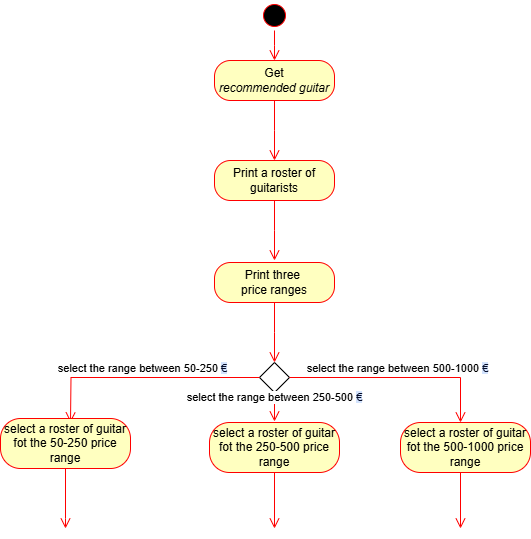
This is ActivityDiagramM.drawio.png from TizianoLilli/ISPW-Project, a draw.io export, as it was before one commit. Source tidied: cells renumbered, new cells last; positions are measured from the earlier drawing's top-left corner, leaving out a move shared by most shapes.
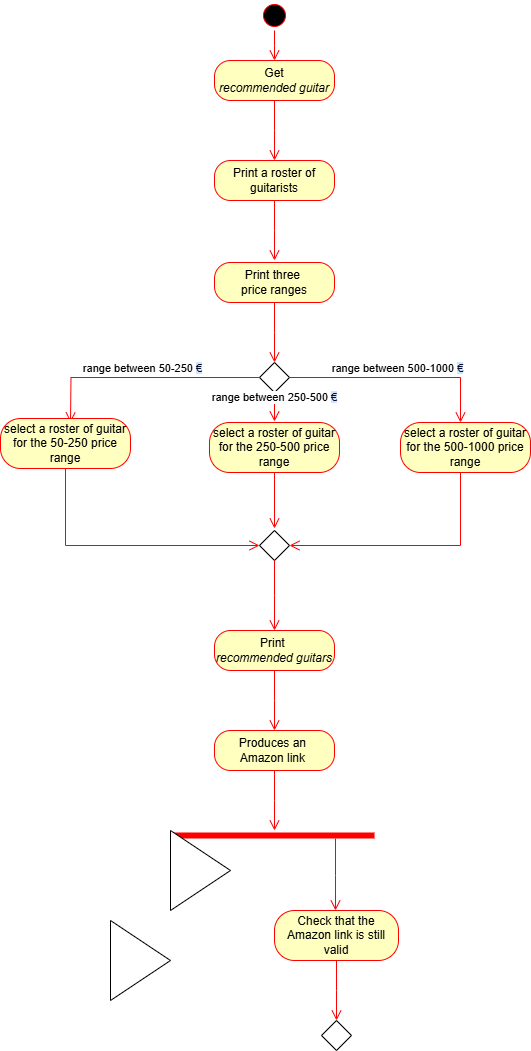
The same diagram one commit later.

Change to the diagram source:
```diff
@@ -29,7 +29,7 @@
     <mxCell id="8" style="rhombus;whiteSpace=wrap;html=1;" parent="1" vertex="1">
       <mxGeometry x="259" y="362" width="30" height="30" as="geometry" />
     </mxCell>
-    <mxCell id="9" value="select the range between 500-1000&amp;nbsp;&lt;span style=&quot;text-wrap-mode: wrap; background-image: linear-gradient(90deg, rgb(211, 227, 253) 50%, rgba(0, 0, 0, 0) 50%); background-position: 0% 0px; background-size: 200% 100%; background-repeat: no-repeat; background-attachment: initial; background-origin: initial; background-clip: initial; color: rgb(4, 12, 40); animation: 0.75s cubic-bezier(0.05, 0.7, 0.1, 1) 0.25s 1 normal forwards running highlight; text-align: left;&quot;&gt;€&lt;/span&gt;" style="edgeStyle=orthogonalEdgeStyle;html=1;verticalAlign=bottom;endArrow=open;endSize=8;strokeColor=#ff0000;rounded=0;exitX=1;exitY=0.5;exitDx=0;exitDy=0;" parent="1" edge="1" source="8">
+    <mxCell id="9" value="range between 500-1000&amp;nbsp;&lt;span style=&quot;text-wrap-mode: wrap; background-image: linear-gradient(90deg, rgb(211, 227, 253) 50%, rgba(0, 0, 0, 0) 50%); background-position: 0% 0px; background-size: 200% 100%; background-repeat: no-repeat; background-attachment: initial; background-origin: initial; background-clip: initial; color: rgb(4, 12, 40); animation: 0.75s cubic-bezier(0.05, 0.7, 0.1, 1) 0.25s 1 normal forwards running highlight; text-align: left;&quot;&gt;€&lt;/span&gt;" style="edgeStyle=orthogonalEdgeStyle;html=1;verticalAlign=bottom;endArrow=open;endSize=8;strokeColor=#ff0000;rounded=0;exitX=1;exitY=0.5;exitDx=0;exitDy=0;" parent="1" edge="1" source="8">
       <mxGeometry relative="1" as="geometry">
         <mxPoint x="460" y="422" as="targetPoint" />
         <Array as="points">
@@ -38,13 +38,15 @@
         </Array>
       </mxGeometry>
     </mxCell>
-    <mxCell id="10" style="edgeStyle=orthogonalEdgeStyle;html=1;verticalAlign=bottom;endArrow=open;endSize=8;strokeColor=#ff0000;rounded=0;" parent="1" edge="1">
+    <mxCell id="10" style="edgeStyle=orthogonalEdgeStyle;html=1;verticalAlign=bottom;endArrow=open;endSize=8;strokeColor=#ff0000;rounded=0;entryX=1;entryY=0.5;entryDx=0;entryDy=0;" parent="1" edge="1" target="20">
       <mxGeometry relative="1" as="geometry">
         <mxPoint x="460" y="458" as="sourcePoint" />
-        <mxPoint x="460" y="528" as="targetPoint" />
+        <Array as="points">
+          <mxPoint x="460" y="545" />
+        </Array>
       </mxGeometry>
     </mxCell>
-    <mxCell id="11" value="select the range between 250-500&amp;nbsp;&lt;span style=&quot;text-wrap-mode: wrap; background-image: linear-gradient(90deg, rgb(211, 227, 253) 50%, rgba(0, 0, 0, 0) 50%); background-position: 0% 0px; background-size: 200% 100%; background-repeat: no-repeat; background-attachment: initial; background-origin: initial; background-clip: initial; color: rgb(4, 12, 40); animation: 0.75s cubic-bezier(0.05, 0.7, 0.1, 1) 0.25s 1 normal forwards running highlight; text-align: left;&quot;&gt;€&lt;/span&gt;" style="edgeStyle=orthogonalEdgeStyle;html=1;verticalAlign=bottom;endArrow=open;endSize=8;strokeColor=#ff0000;rounded=0;exitX=0.5;exitY=1;exitDx=0;exitDy=0;" parent="1" edge="1">
+    <mxCell id="11" value="range between 250-500&amp;nbsp;&lt;span style=&quot;text-wrap-mode: wrap; background-image: linear-gradient(90deg, rgb(211, 227, 253) 50%, rgba(0, 0, 0, 0) 50%); background-position: 0% 0px; background-size: 200% 100%; background-repeat: no-repeat; background-attachment: initial; background-origin: initial; background-clip: initial; color: rgb(4, 12, 40); animation: 0.75s cubic-bezier(0.05, 0.7, 0.1, 1) 0.25s 1 normal forwards running highlight; text-align: left;&quot;&gt;€&lt;/span&gt;" style="edgeStyle=orthogonalEdgeStyle;html=1;verticalAlign=bottom;endArrow=open;endSize=8;strokeColor=#ff0000;rounded=0;exitX=0.5;exitY=1;exitDx=0;exitDy=0;" parent="1" edge="1">
       <mxGeometry relative="1" as="geometry">
         <mxPoint x="274" y="391" as="sourcePoint" />
         <mxPoint x="274" y="421" as="targetPoint" />
@@ -56,27 +58,26 @@
         <mxPoint x="274" y="528" as="targetPoint" />
       </mxGeometry>
     </mxCell>
-    <mxCell id="13" value="select the range between 50-250&amp;nbsp;&lt;span style=&quot;background-image: linear-gradient(90deg, rgb(211, 227, 253) 50%, rgba(0, 0, 0, 0) 50%); background-position: 0% 0px; background-size: 200% 100%; background-repeat: no-repeat; background-attachment: initial; background-origin: initial; background-clip: initial; color: rgb(4, 12, 40); animation: 0.75s cubic-bezier(0.05, 0.7, 0.1, 1) 0.25s 1 normal forwards running highlight; text-align: left; text-wrap-mode: wrap; background-color: rgb(255, 255, 255);&quot;&gt;&lt;font style=&quot;font-size: 11px;&quot;&gt;€&lt;/font&gt;&lt;/span&gt;" style="edgeStyle=orthogonalEdgeStyle;html=1;verticalAlign=bottom;endArrow=open;endSize=8;strokeColor=#ff0000;rounded=0;exitX=0;exitY=0.5;exitDx=0;exitDy=0;" parent="1" edge="1" source="8">
+    <mxCell id="13" value="range between 50-250&amp;nbsp;&lt;span style=&quot;background-image: linear-gradient(90deg, rgb(211, 227, 253) 50%, rgba(0, 0, 0, 0) 50%); background-position: 0% 0px; background-size: 200% 100%; background-repeat: no-repeat; background-attachment: initial; background-origin: initial; background-clip: initial; color: rgb(4, 12, 40); animation: 0.75s cubic-bezier(0.05, 0.7, 0.1, 1) 0.25s 1 normal forwards running highlight; text-align: left; text-wrap-mode: wrap; background-color: rgb(255, 255, 255);&quot;&gt;&lt;font style=&quot;font-size: 11px;&quot;&gt;€&lt;/font&gt;&lt;/span&gt;" style="edgeStyle=orthogonalEdgeStyle;html=1;verticalAlign=bottom;endArrow=open;endSize=8;strokeColor=#ff0000;rounded=0;exitX=0;exitY=0.5;exitDx=0;exitDy=0;" parent="1" edge="1" source="8">
       <mxGeometry relative="1" as="geometry">
         <mxPoint x="70" y="422" as="targetPoint" />
       </mxGeometry>
     </mxCell>
-    <mxCell id="14" value="select a roster of guitar fot the 50-250 price range" style="rounded=1;whiteSpace=wrap;html=1;arcSize=40;fontColor=#000000;fillColor=#ffffc0;strokeColor=#ff0000;" parent="1" vertex="1">
+    <mxCell id="14" value="select a roster of guitar for the 50-250 price range" style="rounded=1;whiteSpace=wrap;html=1;arcSize=40;fontColor=#000000;fillColor=#ffffc0;strokeColor=#ff0000;" parent="1" vertex="1">
       <mxGeometry y="418" width="130" height="50" as="geometry" />
     </mxCell>
-    <mxCell id="15" style="edgeStyle=orthogonalEdgeStyle;html=1;verticalAlign=bottom;endArrow=open;endSize=8;strokeColor=#ff0000;rounded=0;" parent="1" edge="1">
+    <mxCell id="15" style="edgeStyle=orthogonalEdgeStyle;html=1;verticalAlign=bottom;endArrow=open;endSize=8;strokeColor=#ff0000;rounded=0;entryX=0;entryY=0.5;entryDx=0;entryDy=0;" parent="1" edge="1" target="20">
       <mxGeometry relative="1" as="geometry">
         <mxPoint x="65" y="468" as="sourcePoint" />
-        <mxPoint x="65" y="528" as="targetPoint" />
         <Array as="points">
-          <mxPoint x="65" y="518" />
+          <mxPoint x="65" y="545" />
         </Array>
       </mxGeometry>
     </mxCell>
-    <mxCell id="16" value="select a roster of guitar fot the 250-500 price range" style="rounded=1;whiteSpace=wrap;html=1;arcSize=40;fontColor=#000000;fillColor=#ffffc0;strokeColor=#ff0000;" parent="1" vertex="1">
+    <mxCell id="16" value="select a roster of guitar for the 250-500 price range" style="rounded=1;whiteSpace=wrap;html=1;arcSize=40;fontColor=#000000;fillColor=#ffffc0;strokeColor=#ff0000;" parent="1" vertex="1">
       <mxGeometry x="209" y="422" width="130" height="50" as="geometry" />
     </mxCell>
-    <mxCell id="17" value="select a roster of guitar fot the 500-1000 price range" style="rounded=1;whiteSpace=wrap;html=1;arcSize=40;fontColor=#000000;fillColor=#ffffc0;strokeColor=#ff0000;" parent="1" vertex="1">
+    <mxCell id="17" value="select a roster of guitar for the 500-1000 price range" style="rounded=1;whiteSpace=wrap;html=1;arcSize=40;fontColor=#000000;fillColor=#ffffc0;strokeColor=#ff0000;" parent="1" vertex="1">
       <mxGeometry x="400" y="422" width="130" height="50" as="geometry" />
     </mxCell>
     <mxCell id="18" value="Print a roster of guitarists" style="rounded=1;whiteSpace=wrap;html=1;arcSize=40;fontColor=#000000;fillColor=#ffffc0;strokeColor=#ff0000;" parent="1" vertex="1">
@@ -87,5 +88,54 @@
         <mxPoint x="274" y="260" as="targetPoint" />
       </mxGeometry>
     </mxCell>
+    <mxCell id="20" style="rhombus;whiteSpace=wrap;html=1;" parent="1" vertex="1">
+      <mxGeometry x="259" y="530" width="30" height="30" as="geometry" />
+    </mxCell>
+    <mxCell id="21" style="edgeStyle=orthogonalEdgeStyle;html=1;verticalAlign=bottom;endArrow=open;endSize=8;strokeColor=#ff0000;rounded=0;exitX=0.5;exitY=1;exitDx=0;exitDy=0;" parent="1" edge="1" source="20">
+      <mxGeometry relative="1" as="geometry">
+        <mxPoint x="274" y="630" as="targetPoint" />
+      </mxGeometry>
+    </mxCell>
+    <mxCell id="22" value="Print&amp;nbsp;&lt;div&gt;&lt;i&gt;recommended guitars&lt;/i&gt;&lt;/div&gt;" style="rounded=1;whiteSpace=wrap;html=1;arcSize=40;fontColor=#000000;fillColor=#ffffc0;strokeColor=#ff0000;" parent="1" vertex="1">
+      <mxGeometry x="214" y="630" width="120" height="40" as="geometry" />
+    </mxCell>
+    <mxCell id="23" style="edgeStyle=orthogonalEdgeStyle;html=1;verticalAlign=bottom;endArrow=open;endSize=8;strokeColor=#ff0000;rounded=0;" parent="1" edge="1" source="22">
+      <mxGeometry relative="1" as="geometry">
+        <mxPoint x="274" y="730" as="targetPoint" />
+      </mxGeometry>
+    </mxCell>
+    <mxCell id="24" value="Produces an&amp;nbsp;&lt;div&gt;Amazon link&amp;nbsp;&lt;/div&gt;" style="rounded=1;whiteSpace=wrap;html=1;arcSize=40;fontColor=#000000;fillColor=#ffffc0;strokeColor=#ff0000;" parent="1" vertex="1">
+      <mxGeometry x="214" y="730" width="120" height="40" as="geometry" />
+    </mxCell>
+    <mxCell id="25" style="edgeStyle=orthogonalEdgeStyle;html=1;verticalAlign=bottom;endArrow=open;endSize=8;strokeColor=#ff0000;rounded=0;" parent="1" edge="1" source="24">
+      <mxGeometry relative="1" as="geometry">
+        <mxPoint x="274" y="830" as="targetPoint" />
+      </mxGeometry>
+    </mxCell>
+    <mxCell id="26" style="shape=line;html=1;strokeWidth=6;strokeColor=#ff0000;" parent="1" vertex="1">
+      <mxGeometry x="174" y="830" width="200" height="10" as="geometry" />
+    </mxCell>
+    <mxCell id="27" style="edgeStyle=orthogonalEdgeStyle;html=1;verticalAlign=bottom;endArrow=open;endSize=8;strokeColor=#ff0000;rounded=0;exitX=0.805;exitY=0.8;exitDx=0;exitDy=0;exitPerimeter=0;" parent="1" edge="1" source="26">
+      <mxGeometry relative="1" as="geometry">
+        <mxPoint x="335" y="910" as="targetPoint" />
+      </mxGeometry>
+    </mxCell>
+    <mxCell id="28" value="Check that the Amazon link is still valid" style="rounded=1;whiteSpace=wrap;html=1;arcSize=40;fontColor=#000000;fillColor=#ffffc0;strokeColor=#ff0000;" parent="1" vertex="1">
+      <mxGeometry x="274" y="910" width="124" height="50" as="geometry" />
+    </mxCell>
+    <mxCell id="29" style="edgeStyle=orthogonalEdgeStyle;html=1;verticalAlign=bottom;endArrow=open;endSize=8;strokeColor=#ff0000;rounded=0;exitX=0.5;exitY=1;exitDx=0;exitDy=0;" parent="1" edge="1" source="28">
+      <mxGeometry relative="1" as="geometry">
+        <mxPoint x="336" y="1020" as="targetPoint" />
+      </mxGeometry>
+    </mxCell>
+    <mxCell id="30" style="rhombus;whiteSpace=wrap;html=1;" parent="1" vertex="1">
+      <mxGeometry x="321" y="1020" width="30" height="30" as="geometry" />
+    </mxCell>
+    <mxCell id="31" style="triangle;whiteSpace=wrap;html=1;" parent="1" vertex="1">
+      <mxGeometry x="170" y="830" width="60" height="80" as="geometry" />
+    </mxCell>
+    <mxCell id="32" style="triangle;whiteSpace=wrap;html=1;fontColor=#000000;" parent="1" vertex="1">
+      <mxGeometry x="110" y="920" width="60" height="80" as="geometry" />
+    </mxCell>
   </root>
 </mxGraphModel>
```
